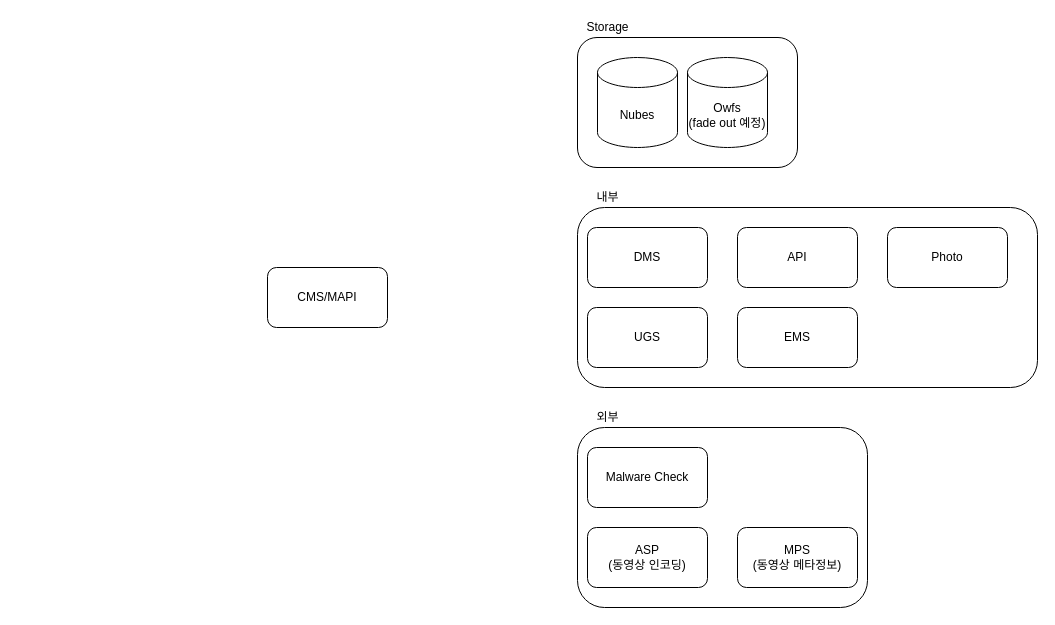
Before: draw.io/cms_wiki_image.drawio in tuyy/TIL, a draw.io diagram. Source tidied: cells renumbered, new cells numbered last; positions are measured from the earlier drawing's top-left corner, leaving out a move shared by most shapes. Both pictures are drawn from the tidied source at 100%, with x=0, y=0 at pixel (267, 17).
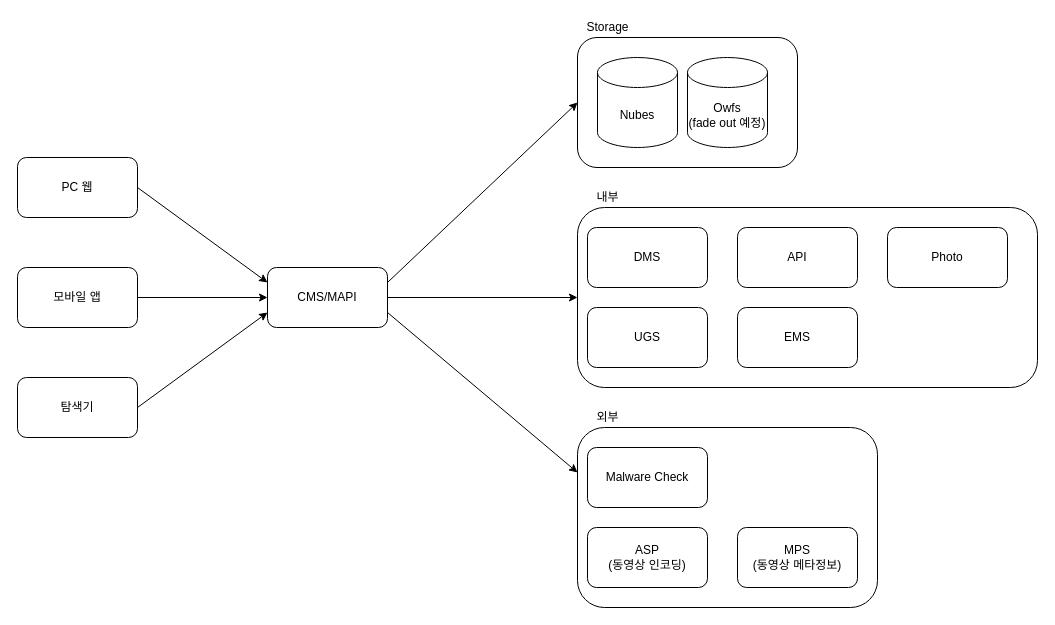
Above is the later version.

Unchanged cells that the change refers to:
```xml
<mxCell id="2" value="CMS/MAPI" style="rounded=1;whiteSpace=wrap;html=1;" parent="1" vertex="1">
  <mxGeometry y="250" width="120" height="60" as="geometry" />
</mxCell>
<mxCell id="4" style="rounded=1;whiteSpace=wrap;html=1;" parent="3" vertex="1">
  <mxGeometry y="20" width="220" height="130" as="geometry" />
</mxCell>
<mxCell id="14" style="rounded=1;whiteSpace=wrap;html=1;" parent="1" vertex="1">
  <mxGeometry x="310" y="190" width="460" height="180" as="geometry" />
</mxCell>
```

The edit, as a diff of the source:
```diff
@@
-    <mxCell id="8" style="group;" parent="1" vertex="1">
-      <mxGeometry x="310" y="390" width="290" height="200" as="geometry" />
-    </mxCell>
-    <mxCell id="9" style="rounded=1;whiteSpace=wrap;html=1;" parent="8" vertex="1">
-      <mxGeometry y="20" width="290" height="180" as="geometry" />
-    </mxCell>
-    <mxCell id="10" value="Malware Check" style="rounded=1;whiteSpace=wrap;html=1;" parent="8" vertex="1">
-      <mxGeometry x="10" y="40" width="120" height="60" as="geometry" />
-    </mxCell>
-    <mxCell id="11" value="ASP&lt;br&gt;(동영상 인코딩)" style="rounded=1;whiteSpace=wrap;html=1;" parent="8" vertex="1">
-      <mxGeometry x="10" y="120" width="120" height="60" as="geometry" />
-    </mxCell>
-    <mxCell id="12" value="MPS&lt;br&gt;(동영상 메타정보)" style="rounded=1;whiteSpace=wrap;html=1;" parent="8" vertex="1">
-      <mxGeometry x="160" y="120" width="120" height="60" as="geometry" />
-    </mxCell>
-    <mxCell id="13" value="외부" style="text;html=1;align=center;verticalAlign=middle;strokeColor=none;" parent="8" vertex="1">
-      <mxGeometry x="10" width="40" height="20" as="geometry" />
-    </mxCell>
@@
+    <mxCell id="21" style="endArrow=classic;html=1;exitX=1;exitY=0.25;exitDx=0;exitDy=0;entryX=0;entryY=0.5;entryDx=0;entryDy=0;" parent="1" edge="1" source="2" target="4">
+      <mxGeometry relative="1" as="geometry" />
+    </mxCell>
+    <mxCell id="22" style="endArrow=classic;html=1;exitX=1;exitY=0.5;exitDx=0;exitDy=0;entryX=0;entryY=0.5;entryDx=0;entryDy=0;" parent="1" edge="1" source="2" target="14">
+      <mxGeometry relative="1" as="geometry" />
+    </mxCell>
+    <mxCell id="23" style="endArrow=classic;html=1;exitX=1;exitY=0.75;exitDx=0;exitDy=0;entryX=0;entryY=0.25;entryDx=0;entryDy=0;" parent="1" edge="1" source="2" target="9">
+      <mxGeometry relative="1" as="geometry" />
+    </mxCell>
+    <mxCell id="9" style="rounded=1;whiteSpace=wrap;html=1;" parent="1" vertex="1">
+      <mxGeometry x="310" y="410" width="300" height="180" as="geometry" />
+    </mxCell>
+    <mxCell id="10" value="Malware Check" style="rounded=1;whiteSpace=wrap;html=1;" parent="1" vertex="1">
+      <mxGeometry x="320" y="430" width="120" height="60" as="geometry" />
+    </mxCell>
+    <mxCell id="11" value="ASP&lt;br&gt;(동영상 인코딩)" style="rounded=1;whiteSpace=wrap;html=1;" parent="1" vertex="1">
+      <mxGeometry x="320" y="510" width="120" height="60" as="geometry" />
+    </mxCell>
+    <mxCell id="12" value="MPS&lt;br&gt;(동영상 메타정보)" style="rounded=1;whiteSpace=wrap;html=1;" parent="1" vertex="1">
+      <mxGeometry x="470" y="510" width="120" height="60" as="geometry" />
+    </mxCell>
+    <mxCell id="13" value="외부" style="text;html=1;align=center;verticalAlign=middle;strokeColor=none;" parent="1" vertex="1">
+      <mxGeometry x="320" y="390" width="40" height="20" as="geometry" />
+    </mxCell>
+    <mxCell id="24" value="PC 웹" style="rounded=1;whiteSpace=wrap;html=1;" parent="1" vertex="1">
+      <mxGeometry x="-250" y="140" width="120" height="60" as="geometry" />
+    </mxCell>
+    <mxCell id="25" value="모바일 앱" style="rounded=1;whiteSpace=wrap;html=1;" parent="1" vertex="1">
+      <mxGeometry x="-250" y="250" width="120" height="60" as="geometry" />
+    </mxCell>
+    <mxCell id="26" value="탐색기" style="rounded=1;whiteSpace=wrap;html=1;" parent="1" vertex="1">
+      <mxGeometry x="-250" y="360" width="120" height="60" as="geometry" />
+    </mxCell>
+    <mxCell id="27" style="endArrow=classic;html=1;exitX=1;exitY=0.5;exitDx=0;exitDy=0;entryX=0;entryY=0.25;entryDx=0;entryDy=0;" parent="1" edge="1" source="24" target="2">
+      <mxGeometry relative="1" as="geometry" />
+    </mxCell>
+    <mxCell id="28" style="endArrow=classic;html=1;exitX=1;exitY=0.5;exitDx=0;exitDy=0;entryX=0;entryY=0.5;entryDx=0;entryDy=0;" parent="1" edge="1" source="25" target="2">
+      <mxGeometry relative="1" as="geometry" />
+    </mxCell>
+    <mxCell id="29" style="endArrow=classic;html=1;exitX=1;exitY=0.5;exitDx=0;exitDy=0;entryX=0;entryY=0.75;entryDx=0;entryDy=0;" parent="1" edge="1" source="26" target="2">
+      <mxGeometry relative="1" as="geometry" />
+    </mxCell>
```
